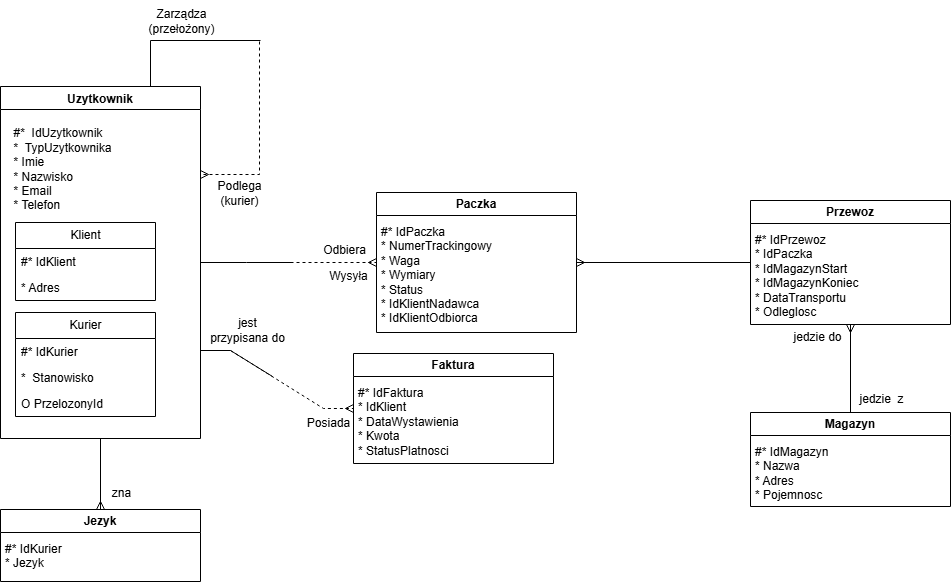
Before: Barker.png, a diagram exported from draw.io (Maruda111/P.Bazy). Source tidied: cells renumbered, new cells last; positions are measured from the earlier drawing's top-left corner, leaving out a move shared by most shapes. Its diagram source:
```xml
<mxGraphModel>
  <root>
    <mxCell id="0" />
    <mxCell id="1" parent="0" />
    <mxCell id="2" style="edgeStyle=orthogonalEdgeStyle;rounded=0;orthogonalLoop=1;jettySize=auto;html=1;exitX=0.75;exitY=0;exitDx=0;exitDy=0;entryX=1;entryY=0.25;entryDx=0;entryDy=0;endArrow=ERmany;endFill=0;dashed=1;" parent="1" edge="1" source="7" target="7">
      <mxGeometry relative="1" as="geometry">
        <Array as="points">
          <mxPoint x="150" y="40" />
          <mxPoint x="259" y="40" />
          <mxPoint x="259" y="174" />
        </Array>
      </mxGeometry>
    </mxCell>
    <mxCell id="3" style="edgeStyle=orthogonalEdgeStyle;rounded=0;jettySize=auto;html=1;exitX=1;exitY=0.5;exitDx=0;exitDy=0;entryX=0;entryY=0.5;entryDx=0;entryDy=0;endArrow=ERmany;endFill=0;jumpStyle=none;jumpSize=6;dashed=1;" parent="1" edge="1" source="7" target="21">
      <mxGeometry relative="1" as="geometry" />
    </mxCell>
    <mxCell id="4" style="edgeStyle=orthogonalEdgeStyle;rounded=0;jettySize=auto;html=1;exitX=0.5;exitY=1;exitDx=0;exitDy=0;entryX=0.5;entryY=0;entryDx=0;entryDy=0;endArrow=ERmany;endFill=0;" parent="1" edge="1" source="7" target="25">
      <mxGeometry relative="1" as="geometry" />
    </mxCell>
    <mxCell id="5" style="edgeStyle=orthogonalEdgeStyle;rounded=0;jettySize=auto;html=1;endArrow=none;endFill=0;" parent="1" edge="1" source="7">
      <mxGeometry relative="1" as="geometry">
        <mxPoint x="292" y="262" as="targetPoint" />
      </mxGeometry>
    </mxCell>
    <mxCell id="6" style="edgeStyle=orthogonalEdgeStyle;rounded=0;jettySize=auto;html=1;exitX=0.75;exitY=0;exitDx=0;exitDy=0;endArrow=none;endFill=0;" parent="1" edge="1" source="7">
      <mxGeometry relative="1" as="geometry">
        <mxPoint x="260" y="40" as="targetPoint" />
        <Array as="points">
          <mxPoint x="150" y="40" />
        </Array>
      </mxGeometry>
    </mxCell>
    <mxCell id="7" value="Uzytkownik" style="swimlane;fontFamily=Helvetica;fontSize=12;fontColor=default;labelBackgroundColor=default;startSize=23;" parent="1" vertex="1">
      <mxGeometry y="86" width="200" height="352" as="geometry" />
    </mxCell>
    <mxCell id="8" value="Klient" style="swimlane;fontStyle=0;horizontal=1;startSize=26;fillColor=none;html=1;fontFamily=Helvetica;fontSize=12;fontColor=default;labelBackgroundColor=default;" parent="7" vertex="1">
      <mxGeometry x="15" y="136" width="140" height="78" as="geometry" />
    </mxCell>
    <mxCell id="9" value="#* IdKlient" style="text;strokeColor=none;fillColor=none;align=left;verticalAlign=top;spacingLeft=4;spacingRight=4;overflow=hidden;whiteSpace=wrap;html=1;fontFamily=Helvetica;fontSize=12;fontColor=default;labelBackgroundColor=default;" parent="8" vertex="1">
      <mxGeometry y="26" width="140" height="26" as="geometry" />
    </mxCell>
    <mxCell id="10" value="* Adres" style="text;strokeColor=none;fillColor=none;align=left;verticalAlign=top;spacingLeft=4;spacingRight=4;overflow=hidden;whiteSpace=wrap;html=1;fontFamily=Helvetica;fontSize=12;fontColor=default;labelBackgroundColor=default;" parent="8" vertex="1">
      <mxGeometry y="52" width="140" height="26" as="geometry" />
    </mxCell>
    <mxCell id="11" value="&lt;div style=&quot;text-align: left;&quot;&gt;#*&amp;nbsp; IdUzytkownik&lt;/div&gt;&lt;div style=&quot;text-align: left;&quot;&gt;*&amp;nbsp; TypUzytkownika&lt;/div&gt;&lt;div style=&quot;text-align: left;&quot;&gt;* Imie&lt;/div&gt;&lt;div style=&quot;text-align: left;&quot;&gt;* Nazwisko&lt;/div&gt;&lt;div style=&quot;text-align: left;&quot;&gt;* Email&lt;/div&gt;&lt;div style=&quot;text-align: left;&quot;&gt;* Telefon&lt;/div&gt;" style="text;html=1;align=center;verticalAlign=middle;strokeColor=none;fillColor=none;fontSize=12;fontFamily=Helvetica;fontColor=default;labelBackgroundColor=default;" parent="7" vertex="1">
      <mxGeometry x="4" y="34" width="116" height="98" as="geometry" />
    </mxCell>
    <mxCell id="12" value="Kurier" style="swimlane;fontStyle=0;horizontal=1;startSize=26;fillColor=none;html=1;fontFamily=Helvetica;fontSize=12;fontColor=default;labelBackgroundColor=default;" parent="7" vertex="1">
      <mxGeometry x="15" y="226" width="140" height="104" as="geometry" />
    </mxCell>
    <mxCell id="13" value="#* IdKurier" style="text;strokeColor=none;fillColor=none;align=left;verticalAlign=top;spacingLeft=4;spacingRight=4;overflow=hidden;whiteSpace=wrap;html=1;fontFamily=Helvetica;fontSize=12;fontColor=default;labelBackgroundColor=default;" parent="12" vertex="1">
      <mxGeometry y="26" width="140" height="26" as="geometry" />
    </mxCell>
    <mxCell id="14" value="*&amp;nbsp; Stanowisko" style="text;strokeColor=none;fillColor=none;align=left;verticalAlign=top;spacingLeft=4;spacingRight=4;overflow=hidden;whiteSpace=wrap;html=1;fontFamily=Helvetica;fontSize=12;fontColor=default;labelBackgroundColor=default;" parent="12" vertex="1">
      <mxGeometry y="52" width="140" height="26" as="geometry" />
    </mxCell>
    <mxCell id="15" value="O PrzelozonyId" style="text;strokeColor=none;fillColor=none;align=left;verticalAlign=top;spacingLeft=4;spacingRight=4;overflow=hidden;whiteSpace=wrap;html=1;fontFamily=Helvetica;fontSize=12;fontColor=default;labelBackgroundColor=default;" parent="12" vertex="1">
      <mxGeometry y="78" width="140" height="26" as="geometry" />
    </mxCell>
    <mxCell id="16" value="Faktura" style="swimlane;whiteSpace=wrap;html=1;" parent="1" vertex="1">
      <mxGeometry x="353" y="353" width="200" height="110" as="geometry" />
    </mxCell>
    <mxCell id="17" value="#* IdFaktura&lt;div&gt;* IdKlient&lt;/div&gt;&lt;div&gt;* DataWystawienia&lt;/div&gt;&lt;div&gt;* Kwota&lt;/div&gt;&lt;div&gt;* StatusPlatnosci&lt;/div&gt;" style="text;html=1;align=left;verticalAlign=top;strokeColor=none;fillColor=none;" parent="16" vertex="1">
      <mxGeometry x="3" y="26" width="119" height="84" as="geometry" />
    </mxCell>
    <mxCell id="18" style="edgeStyle=entityRelationEdgeStyle;fontSize=12;html=1;endArrow=ERmany;rounded=0;exitX=1;exitY=0.75;exitDx=0;exitDy=0;entryX=0;entryY=0.5;entryDx=0;entryDy=0;dashed=1;" parent="1" edge="1" source="7" target="16">
      <mxGeometry relative="1" as="geometry" />
    </mxCell>
    <mxCell id="19" value="Podlega&lt;div&gt;(kurier)&lt;/div&gt;" style="text;html=1;align=center;verticalAlign=middle;strokeColor=none;fillColor=none;" parent="1" vertex="1">
      <mxGeometry x="208" y="172" width="62" height="41" as="geometry" />
    </mxCell>
    <mxCell id="20" value="&lt;div&gt;Zarządza&lt;/div&gt;(przełożony)" style="text;html=1;align=center;verticalAlign=middle;strokeColor=none;fillColor=none;" parent="1" vertex="1">
      <mxGeometry x="139" width="84" height="41" as="geometry" />
    </mxCell>
    <mxCell id="21" value="Paczka" style="swimlane;whiteSpace=wrap;html=1;" parent="1" vertex="1">
      <mxGeometry x="376" y="192" width="200" height="140" as="geometry" />
    </mxCell>
    <mxCell id="22" value="#* IdPaczka&lt;div&gt;* NumerTrackingowy&lt;/div&gt;&lt;div&gt;* Waga&lt;/div&gt;&lt;div&gt;* Wymiary&lt;/div&gt;&lt;div&gt;* Status&lt;/div&gt;&lt;div&gt;* IdKlientNadawca&lt;/div&gt;&lt;div&gt;* IdKlientOdbiorca&lt;/div&gt;" style="text;html=1;align=left;verticalAlign=top;strokeColor=none;fillColor=none;" parent="21" vertex="1">
      <mxGeometry x="3" y="26" width="129" height="113" as="geometry" />
    </mxCell>
    <mxCell id="23" value="Wysyła" style="text;html=1;align=center;verticalAlign=middle;strokeColor=none;fillColor=none;" parent="1" vertex="1">
      <mxGeometry x="319" y="263" width="57" height="26" as="geometry" />
    </mxCell>
    <mxCell id="24" value="Odbiera" style="text;html=1;align=center;verticalAlign=middle;strokeColor=none;fillColor=none;" parent="1" vertex="1">
      <mxGeometry x="313" y="237" width="61" height="26" as="geometry" />
    </mxCell>
    <mxCell id="25" value="Jezyk" style="swimlane;whiteSpace=wrap;html=1;" parent="1" vertex="1">
      <mxGeometry y="509" width="200" height="72" as="geometry" />
    </mxCell>
    <mxCell id="26" value="#* IdKurier&lt;div&gt;* Jezyk&lt;/div&gt;" style="text;html=1;align=left;verticalAlign=top;strokeColor=none;fillColor=none;" parent="25" vertex="1">
      <mxGeometry x="3" y="26" width="75" height="41" as="geometry" />
    </mxCell>
    <mxCell id="27" value="zna" style="text;html=1;align=center;verticalAlign=middle;strokeColor=none;fillColor=none;" parent="1" vertex="1">
      <mxGeometry x="102" y="480" width="37" height="26" as="geometry" />
    </mxCell>
    <mxCell id="28" value="Posiada" style="text;html=1;align=center;verticalAlign=middle;strokeColor=none;fillColor=none;" parent="1" vertex="1">
      <mxGeometry x="297" y="410" width="61" height="26" as="geometry" />
    </mxCell>
    <mxCell id="29" value="jest &lt;br&gt;przypisana do" style="text;html=1;align=center;verticalAlign=middle;strokeColor=none;fillColor=none;" parent="1" vertex="1">
      <mxGeometry x="200" y="309" width="93" height="41" as="geometry" />
    </mxCell>
    <mxCell id="30" style="edgeStyle=orthogonalEdgeStyle;rounded=0;jettySize=auto;html=1;entryX=0.5;entryY=0;entryDx=0;entryDy=0;exitX=0.5;exitY=1;exitDx=0;exitDy=0;startArrow=ERmany;startFill=0;endArrow=none;endFill=0;" parent="1" edge="1" source="31" target="34">
      <mxGeometry relative="1" as="geometry" />
    </mxCell>
    <mxCell id="31" value="Przewoz" style="swimlane;whiteSpace=wrap;html=1;startSize=23;" parent="1" vertex="1">
      <mxGeometry x="750" y="200" width="200" height="124" as="geometry" />
    </mxCell>
    <mxCell id="32" value="#* IdPrzewoz&lt;div&gt;* IdPaczka&lt;/div&gt;&lt;div&gt;* IdMagazynStart&lt;/div&gt;&lt;div&gt;* IdMagazynKoniec&lt;/div&gt;&lt;div&gt;* DataTransportu&lt;/div&gt;&lt;div&gt;* Odleglosc&lt;/div&gt;" style="text;html=1;align=left;verticalAlign=top;strokeColor=none;fillColor=none;" parent="31" vertex="1">
      <mxGeometry x="3" y="26" width="121" height="98" as="geometry" />
    </mxCell>
    <mxCell id="33" style="edgeStyle=orthogonalEdgeStyle;rounded=0;jettySize=auto;html=1;entryX=1;entryY=0.5;entryDx=0;entryDy=0;exitX=0;exitY=0.5;exitDx=0;exitDy=0;endArrow=ERmany;endFill=0;" parent="1" edge="1" source="31" target="21">
      <mxGeometry relative="1" as="geometry" />
    </mxCell>
    <mxCell id="34" value="Magazyn" style="swimlane;whiteSpace=wrap;html=1;" parent="1" vertex="1">
      <mxGeometry x="750" y="412" width="200" height="94" as="geometry" />
    </mxCell>
    <mxCell id="35" value="#* IdMagazyn&lt;div&gt;* Nazwa&lt;/div&gt;&lt;div&gt;* Adres&lt;/div&gt;&lt;div&gt;* Pojemnosc&lt;/div&gt;" style="text;html=1;align=left;verticalAlign=top;strokeColor=none;fillColor=none;" parent="34" vertex="1">
      <mxGeometry x="3" y="26" width="91" height="70" as="geometry" />
    </mxCell>
    <mxCell id="36" value="jedzie&amp;nbsp; z" style="text;html=1;align=center;verticalAlign=middle;strokeColor=none;fillColor=none;" parent="1" vertex="1">
      <mxGeometry x="850" y="386" width="62" height="26" as="geometry" />
    </mxCell>
    <mxCell id="37" value="jedzie do" style="text;html=1;align=center;verticalAlign=middle;strokeColor=none;fillColor=none;" parent="1" vertex="1">
      <mxGeometry x="784" y="324" width="66" height="26" as="geometry" />
    </mxCell>
    <mxCell id="38" style="endArrow=none;html=1;rounded=0;entryX=0.902;entryY=-0.077;entryDx=0;entryDy=0;entryPerimeter=0;" parent="1" edge="1">
      <mxGeometry relative="1" as="geometry">
        <mxPoint x="200" y="350" as="sourcePoint" />
        <mxPoint x="272" y="376" as="targetPoint" />
        <Array as="points">
          <mxPoint x="230" y="350" />
        </Array>
      </mxGeometry>
    </mxCell>
  </root>
</mxGraphModel>
```
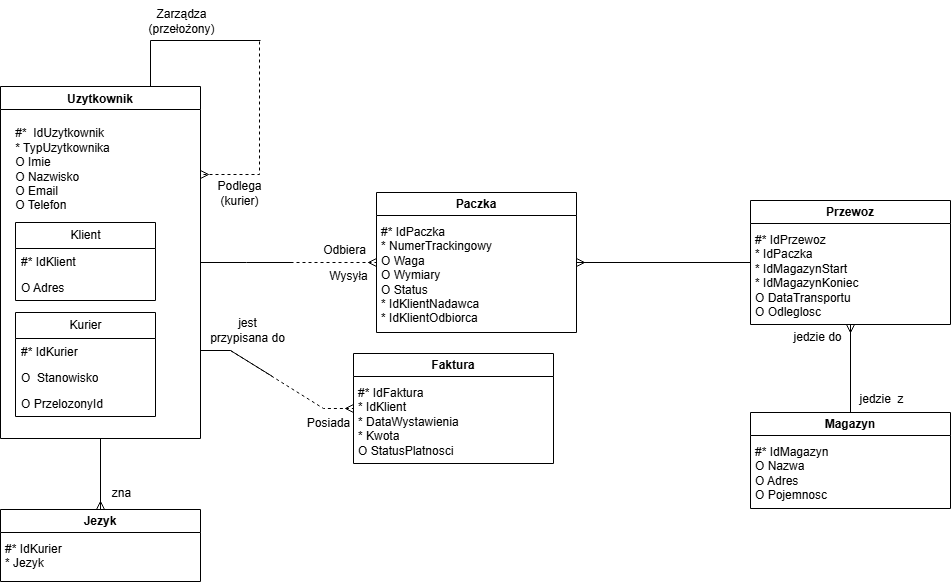
The same diagram one commit later.

Change to the diagram source:
```diff
@@ -39,11 +39,11 @@
     <mxCell id="9" value="#* IdKlient" style="text;strokeColor=none;fillColor=none;align=left;verticalAlign=top;spacingLeft=4;spacingRight=4;overflow=hidden;whiteSpace=wrap;html=1;fontFamily=Helvetica;fontSize=12;fontColor=default;labelBackgroundColor=default;" parent="8" vertex="1">
       <mxGeometry y="26" width="140" height="26" as="geometry" />
     </mxCell>
-    <mxCell id="10" value="* Adres" style="text;strokeColor=none;fillColor=none;align=left;verticalAlign=top;spacingLeft=4;spacingRight=4;overflow=hidden;whiteSpace=wrap;html=1;fontFamily=Helvetica;fontSize=12;fontColor=default;labelBackgroundColor=default;" parent="8" vertex="1">
+    <mxCell id="10" value="O Adres" style="text;strokeColor=none;fillColor=none;align=left;verticalAlign=top;spacingLeft=4;spacingRight=4;overflow=hidden;whiteSpace=wrap;html=1;fontFamily=Helvetica;fontSize=12;fontColor=default;labelBackgroundColor=default;" parent="8" vertex="1">
       <mxGeometry y="52" width="140" height="26" as="geometry" />
     </mxCell>
-    <mxCell id="11" value="&lt;div style=&quot;text-align: left;&quot;&gt;#*&amp;nbsp; IdUzytkownik&lt;/div&gt;&lt;div style=&quot;text-align: left;&quot;&gt;*&amp;nbsp; TypUzytkownika&lt;/div&gt;&lt;div style=&quot;text-align: left;&quot;&gt;* Imie&lt;/div&gt;&lt;div style=&quot;text-align: left;&quot;&gt;* Nazwisko&lt;/div&gt;&lt;div style=&quot;text-align: left;&quot;&gt;* Email&lt;/div&gt;&lt;div style=&quot;text-align: left;&quot;&gt;* Telefon&lt;/div&gt;" style="text;html=1;align=center;verticalAlign=middle;strokeColor=none;fillColor=none;fontSize=12;fontFamily=Helvetica;fontColor=default;labelBackgroundColor=default;" parent="7" vertex="1">
-      <mxGeometry x="4" y="34" width="116" height="98" as="geometry" />
+    <mxCell id="11" value="&lt;div style=&quot;text-align: left;&quot;&gt;#*&amp;nbsp; IdUzytkownik&lt;/div&gt;&lt;div style=&quot;text-align: left;&quot;&gt;* TypUzytkownika&lt;/div&gt;&lt;div style=&quot;text-align: left;&quot;&gt;O Imie&lt;/div&gt;&lt;div style=&quot;text-align: left;&quot;&gt;O Nazwisko&lt;/div&gt;&lt;div style=&quot;text-align: left;&quot;&gt;O Email&lt;/div&gt;&lt;div style=&quot;text-align: left;&quot;&gt;O Telefon&lt;/div&gt;" style="text;html=1;align=center;verticalAlign=middle;strokeColor=none;fillColor=none;fontSize=12;fontFamily=Helvetica;fontColor=default;labelBackgroundColor=default;" parent="7" vertex="1">
+      <mxGeometry x="6" y="34" width="112" height="98" as="geometry" />
     </mxCell>
     <mxCell id="12" value="Kurier" style="swimlane;fontStyle=0;horizontal=1;startSize=26;fillColor=none;html=1;fontFamily=Helvetica;fontSize=12;fontColor=default;labelBackgroundColor=default;" parent="7" vertex="1">
       <mxGeometry x="15" y="226" width="140" height="104" as="geometry" />
@@ -51,7 +51,7 @@
     <mxCell id="13" value="#* IdKurier" style="text;strokeColor=none;fillColor=none;align=left;verticalAlign=top;spacingLeft=4;spacingRight=4;overflow=hidden;whiteSpace=wrap;html=1;fontFamily=Helvetica;fontSize=12;fontColor=default;labelBackgroundColor=default;" parent="12" vertex="1">
       <mxGeometry y="26" width="140" height="26" as="geometry" />
     </mxCell>
-    <mxCell id="14" value="*&amp;nbsp; Stanowisko" style="text;strokeColor=none;fillColor=none;align=left;verticalAlign=top;spacingLeft=4;spacingRight=4;overflow=hidden;whiteSpace=wrap;html=1;fontFamily=Helvetica;fontSize=12;fontColor=default;labelBackgroundColor=default;" parent="12" vertex="1">
+    <mxCell id="14" value="O&amp;nbsp; Stanowisko" style="text;strokeColor=none;fillColor=none;align=left;verticalAlign=top;spacingLeft=4;spacingRight=4;overflow=hidden;whiteSpace=wrap;html=1;fontFamily=Helvetica;fontSize=12;fontColor=default;labelBackgroundColor=default;" parent="12" vertex="1">
       <mxGeometry y="52" width="140" height="26" as="geometry" />
     </mxCell>
     <mxCell id="15" value="O PrzelozonyId" style="text;strokeColor=none;fillColor=none;align=left;verticalAlign=top;spacingLeft=4;spacingRight=4;overflow=hidden;whiteSpace=wrap;html=1;fontFamily=Helvetica;fontSize=12;fontColor=default;labelBackgroundColor=default;" parent="12" vertex="1">
@@ -60,7 +60,7 @@
     <mxCell id="16" value="Faktura" style="swimlane;whiteSpace=wrap;html=1;" parent="1" vertex="1">
       <mxGeometry x="353" y="353" width="200" height="110" as="geometry" />
     </mxCell>
-    <mxCell id="17" value="#* IdFaktura&lt;div&gt;* IdKlient&lt;/div&gt;&lt;div&gt;* DataWystawienia&lt;/div&gt;&lt;div&gt;* Kwota&lt;/div&gt;&lt;div&gt;* StatusPlatnosci&lt;/div&gt;" style="text;html=1;align=left;verticalAlign=top;strokeColor=none;fillColor=none;" parent="16" vertex="1">
+    <mxCell id="17" value="#* IdFaktura&lt;div&gt;* IdKlient&lt;/div&gt;&lt;div&gt;* DataWystawienia&lt;/div&gt;&lt;div&gt;* Kwota&lt;/div&gt;&lt;div&gt;O StatusPlatnosci&lt;/div&gt;" style="text;html=1;align=left;verticalAlign=top;strokeColor=none;fillColor=none;" parent="16" vertex="1">
       <mxGeometry x="3" y="26" width="119" height="84" as="geometry" />
     </mxCell>
     <mxCell id="18" style="edgeStyle=entityRelationEdgeStyle;fontSize=12;html=1;endArrow=ERmany;rounded=0;exitX=1;exitY=0.75;exitDx=0;exitDy=0;entryX=0;entryY=0.5;entryDx=0;entryDy=0;dashed=1;" parent="1" edge="1" source="7" target="16">
@@ -75,7 +75,7 @@
     <mxCell id="21" value="Paczka" style="swimlane;whiteSpace=wrap;html=1;" parent="1" vertex="1">
       <mxGeometry x="376" y="192" width="200" height="140" as="geometry" />
     </mxCell>
-    <mxCell id="22" value="#* IdPaczka&lt;div&gt;* NumerTrackingowy&lt;/div&gt;&lt;div&gt;* Waga&lt;/div&gt;&lt;div&gt;* Wymiary&lt;/div&gt;&lt;div&gt;* Status&lt;/div&gt;&lt;div&gt;* IdKlientNadawca&lt;/div&gt;&lt;div&gt;* IdKlientOdbiorca&lt;/div&gt;" style="text;html=1;align=left;verticalAlign=top;strokeColor=none;fillColor=none;" parent="21" vertex="1">
+    <mxCell id="22" value="#* IdPaczka&lt;div&gt;* NumerTrackingowy&lt;/div&gt;&lt;div&gt;O Waga&lt;/div&gt;&lt;div&gt;O Wymiary&lt;/div&gt;&lt;div&gt;O Status&lt;/div&gt;&lt;div&gt;* IdKlientNadawca&lt;/div&gt;&lt;div&gt;* IdKlientOdbiorca&lt;/div&gt;" style="text;html=1;align=left;verticalAlign=top;strokeColor=none;fillColor=none;" parent="21" vertex="1">
       <mxGeometry x="3" y="26" width="129" height="113" as="geometry" />
     </mxCell>
     <mxCell id="23" value="Wysyła" style="text;html=1;align=center;verticalAlign=middle;strokeColor=none;fillColor=none;" parent="1" vertex="1">
@@ -105,16 +105,16 @@
     <mxCell id="31" value="Przewoz" style="swimlane;whiteSpace=wrap;html=1;startSize=23;" parent="1" vertex="1">
       <mxGeometry x="750" y="200" width="200" height="124" as="geometry" />
     </mxCell>
-    <mxCell id="32" value="#* IdPrzewoz&lt;div&gt;* IdPaczka&lt;/div&gt;&lt;div&gt;* IdMagazynStart&lt;/div&gt;&lt;div&gt;* IdMagazynKoniec&lt;/div&gt;&lt;div&gt;* DataTransportu&lt;/div&gt;&lt;div&gt;* Odleglosc&lt;/div&gt;" style="text;html=1;align=left;verticalAlign=top;strokeColor=none;fillColor=none;" parent="31" vertex="1">
+    <mxCell id="32" value="#* IdPrzewoz&lt;div&gt;* IdPaczka&lt;/div&gt;&lt;div&gt;* IdMagazynStart&lt;/div&gt;&lt;div&gt;* IdMagazynKoniec&lt;/div&gt;&lt;div&gt;O DataTransportu&lt;/div&gt;&lt;div&gt;O Odleglosc&lt;/div&gt;" style="text;html=1;align=left;verticalAlign=top;strokeColor=none;fillColor=none;" parent="31" vertex="1">
       <mxGeometry x="3" y="26" width="121" height="98" as="geometry" />
     </mxCell>
     <mxCell id="33" style="edgeStyle=orthogonalEdgeStyle;rounded=0;jettySize=auto;html=1;entryX=1;entryY=0.5;entryDx=0;entryDy=0;exitX=0;exitY=0.5;exitDx=0;exitDy=0;endArrow=ERmany;endFill=0;" parent="1" edge="1" source="31" target="21">
       <mxGeometry relative="1" as="geometry" />
     </mxCell>
     <mxCell id="34" value="Magazyn" style="swimlane;whiteSpace=wrap;html=1;" parent="1" vertex="1">
-      <mxGeometry x="750" y="412" width="200" height="94" as="geometry" />
+      <mxGeometry x="750" y="412" width="200" height="96" as="geometry" />
     </mxCell>
-    <mxCell id="35" value="#* IdMagazyn&lt;div&gt;* Nazwa&lt;/div&gt;&lt;div&gt;* Adres&lt;/div&gt;&lt;div&gt;* Pojemnosc&lt;/div&gt;" style="text;html=1;align=left;verticalAlign=top;strokeColor=none;fillColor=none;" parent="34" vertex="1">
+    <mxCell id="35" value="#* IdMagazyn&lt;div&gt;O Nazwa&lt;/div&gt;&lt;div&gt;O Adres&lt;/div&gt;&lt;div&gt;O Pojemnosc&lt;/div&gt;" style="text;html=1;align=left;verticalAlign=top;strokeColor=none;fillColor=none;" parent="34" vertex="1">
       <mxGeometry x="3" y="26" width="91" height="70" as="geometry" />
     </mxCell>
     <mxCell id="36" value="jedzie&amp;nbsp; z" style="text;html=1;align=center;verticalAlign=middle;strokeColor=none;fillColor=none;" parent="1" vertex="1">
```
